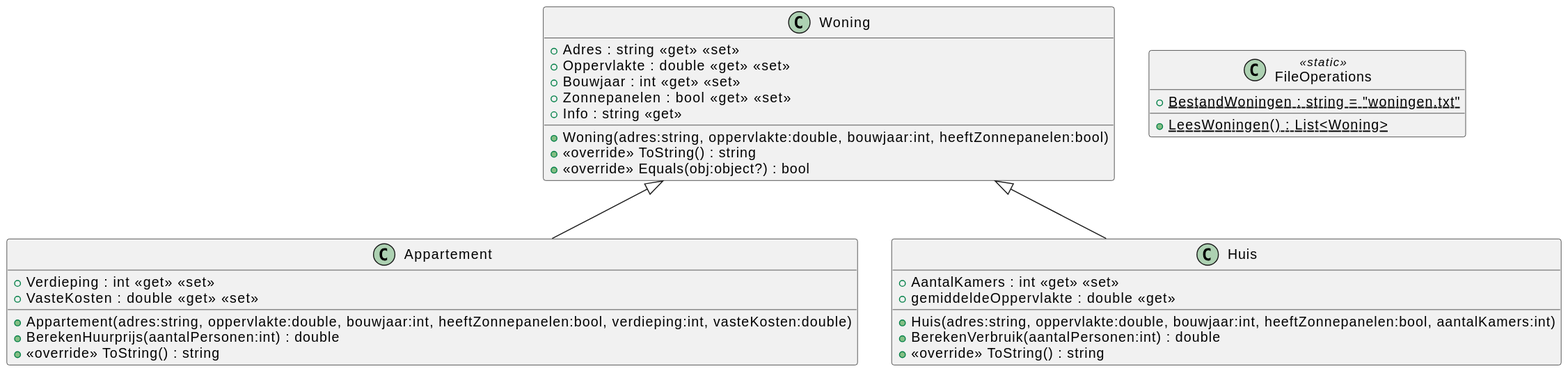
The PlantUML diagram 06/06_05/svg/Overview.svg in it-graduaten/template-csharp-ooprogramming-permanente-evaluatie, before a commit.
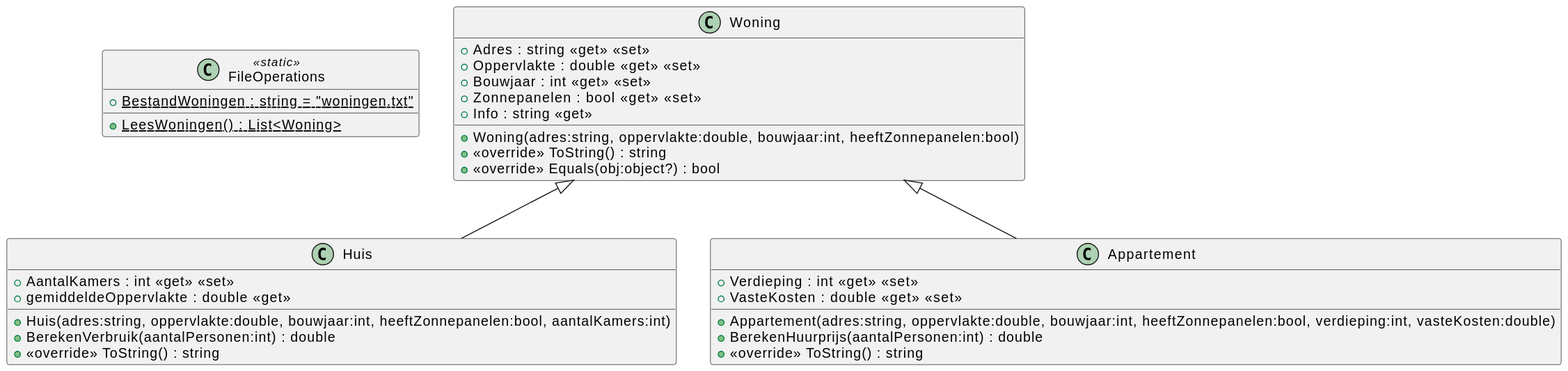
The same diagram one commit later.

The edit, as a diff of the source:
```diff
@@ -1,6 +1,6 @@
 @startuml
+!include FileOperations.puml
+!include Huis.puml
 !include Appartement.puml
-!include Huis.puml
 !include Woning.puml
-!include FileOperations.puml
 @enduml
```
